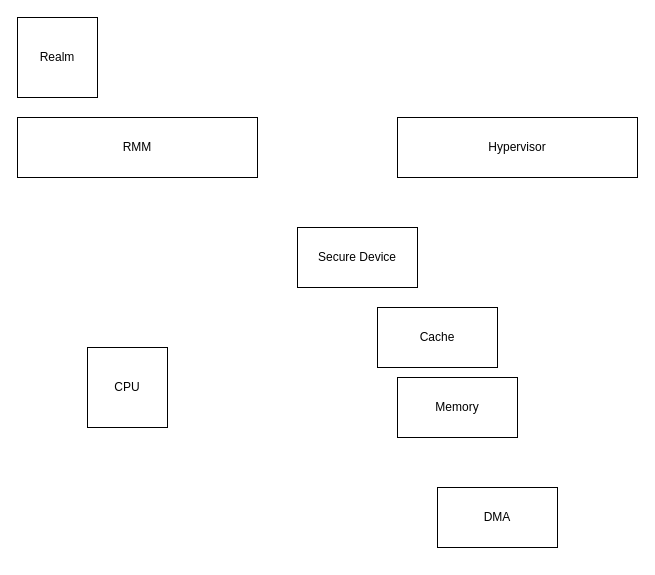
EdisonE3/vue_learn keeps this draw.io diagram as attack-vector.drawio. Above is the earlier version. Source tidied: cells renumbered, new cells numbered last; positions are measured from the earlier drawing's top-left corner, leaving out a move shared by most shapes. Both pictures are drawn from the tidied source at 100%, with x=0, y=0 at pixel (17, 17).
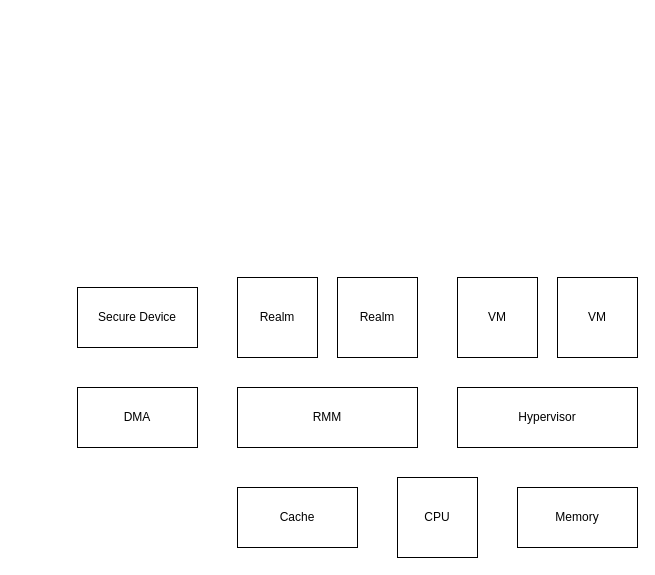
The same page after the edit.

What changed in the source:
```diff
@@
 <mxGraphModel>
   <root>
     <mxCell id="0" />
     <mxCell id="1" parent="0" />
     <mxCell id="2" value="RMM" style="rounded=0;whiteSpace=wrap;html=1;" parent="1" vertex="1">
-      <mxGeometry y="100" width="240" height="60" as="geometry" />
+      <mxGeometry x="220" y="370" width="180" height="60" as="geometry" />
     </mxCell>
     <mxCell id="3" value="Realm" style="whiteSpace=wrap;html=1;" parent="1" vertex="1">
-      <mxGeometry width="80" height="80" as="geometry" />
+      <mxGeometry x="220" y="260" width="80" height="80" as="geometry" />
     </mxCell>
-    <mxCell id="4" value="Hypervisor" style="rounded=0;whiteSpace=wrap;html=1;" parent="1" vertex="1">
-      <mxGeometry x="380" y="100" width="240" height="60" as="geometry" />
-    </mxCell>
     <mxCell id="5" value="CPU" style="whiteSpace=wrap;html=1;" parent="1" vertex="1">
-      <mxGeometry x="70" y="330" width="80" height="80" as="geometry" />
+      <mxGeometry x="380" y="460" width="80" height="80" as="geometry" />
     </mxCell>
     <mxCell id="6" value="Cache" style="rounded=0;whiteSpace=wrap;html=1;" parent="1" vertex="1">
-      <mxGeometry x="360" y="290" width="120" height="60" as="geometry" />
+      <mxGeometry x="220" y="470" width="120" height="60" as="geometry" />
     </mxCell>
     <mxCell id="7" value="Memory" style="rounded=0;whiteSpace=wrap;html=1;" parent="1" vertex="1">
-      <mxGeometry x="380" y="360" width="120" height="60" as="geometry" />
+      <mxGeometry x="500" y="470" width="120" height="60" as="geometry" />
     </mxCell>
     <mxCell id="8" value="DMA" style="rounded=0;whiteSpace=wrap;html=1;" parent="1" vertex="1">
-      <mxGeometry x="420" y="470" width="120" height="60" as="geometry" />
+      <mxGeometry x="60" y="370" width="120" height="60" as="geometry" />
     </mxCell>
-    <mxCell id="9" style="rounded=0;whiteSpace=wrap;html=1;" parent="1" vertex="1">
-      <mxGeometry x="280" y="210" width="120" height="60" as="geometry" />
-    </mxCell>
     <mxCell id="10" value="Secure Device" style="rounded=0;whiteSpace=wrap;html=1;" parent="1" vertex="1">
-      <mxGeometry x="280" y="210" width="120" height="60" as="geometry" />
+      <mxGeometry x="60" y="270" width="120" height="60" as="geometry" />
     </mxCell>
+    <mxCell id="11" value="Realm" style="whiteSpace=wrap;html=1;" parent="1" vertex="1">
+      <mxGeometry x="320" y="260" width="80" height="80" as="geometry" />
+    </mxCell>
+    <mxCell id="4" value="Hypervisor" style="rounded=0;whiteSpace=wrap;html=1;" parent="1" vertex="1">
+      <mxGeometry x="440" y="370" width="180" height="60" as="geometry" />
+    </mxCell>
+    <mxCell id="12" value="VM" style="whiteSpace=wrap;html=1;" parent="1" vertex="1">
+      <mxGeometry x="440" y="260" width="80" height="80" as="geometry" />
+    </mxCell>
+    <mxCell id="13" value="VM" style="whiteSpace=wrap;html=1;" parent="1" vertex="1">
+      <mxGeometry x="540" y="260" width="80" height="80" as="geometry" />
+    </mxCell>
   </root>
 </mxGraphModel>
```
